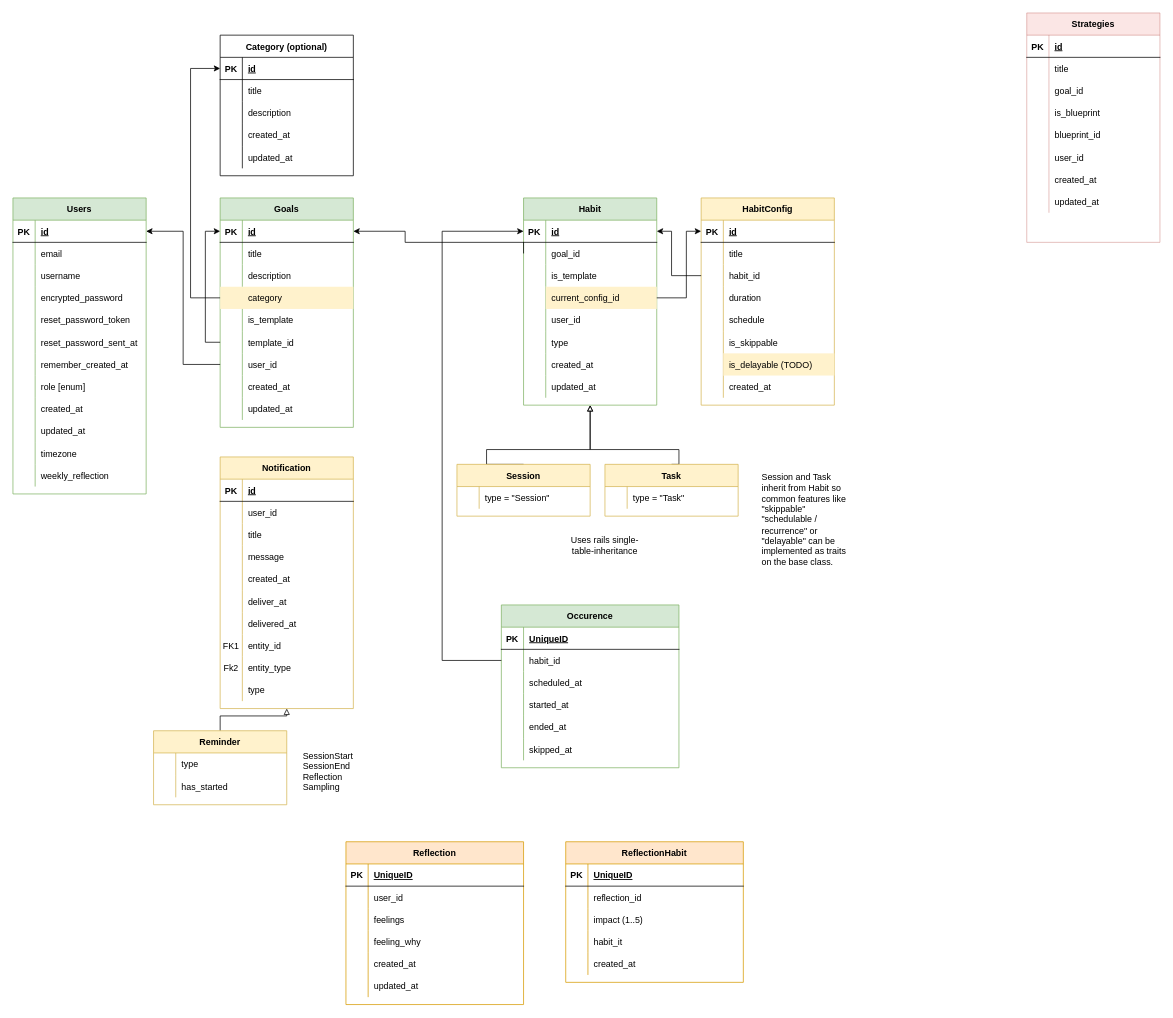
This is reqs/DB Model.drawio from AlexanderLill/yahtapp-web, a draw.io file, before an edit. Source tidied: cells renumbered, new cells numbered last; positions are measured from the earlier drawing's top-left corner, leaving out a move shared by most shapes. Both pictures are drawn from the tidied source at 74%, with x=0, y=0 at pixel (13, 13).
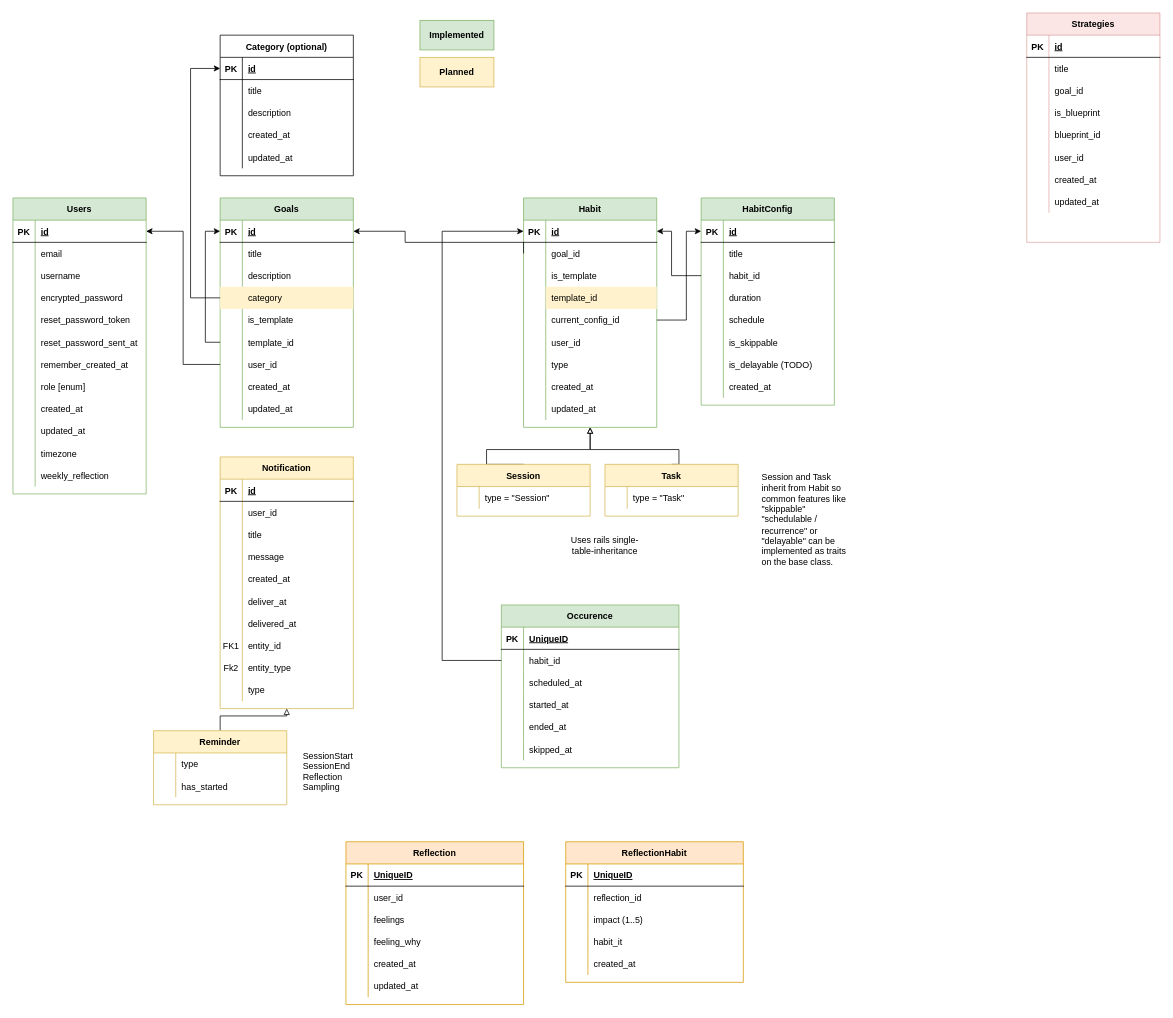
The same page after the edit.

Commit message (it also covers changes not shown here):
Remove unused code from habit creation form

Unchanged cells that the change refers to:
```xml
<mxCell id="245" style="shape=partialRectangle;fillColor=none;top=0;left=0;bottom=1;right=0;points=[[0,0.5],[1,0.5]];portConstraint=eastwest;" parent="244" vertex="1">
  <mxGeometry y="30" width="180" height="30" as="geometry" />
</mxCell>
<mxCell id="263" style="shape=partialRectangle;fillColor=none;top=0;left=0;bottom=0;right=0;" parent="244" vertex="1">
  <mxGeometry y="210" width="180" height="30" as="geometry" />
</mxCell>
```

Change to the diagram source:
```diff
@@
     <mxCell id="93" value="Habit" style="shape=table;startSize=30;childLayout=tableLayout;rowLines=0;fontStyle=1;align=center;fillColor=#d5e8d4;strokeColor=#82b366;" parent="1" vertex="1">
-      <mxGeometry x="690" y="250" width="180" height="280" as="geometry" />
+      <mxGeometry x="690" y="250" width="180" height="310" as="geometry" />
     </mxCell>
@@
+    <mxCell id="271" style="shape=partialRectangle;fillColor=none;top=0;left=0;bottom=0;right=0;" parent="93" vertex="1">
+      <mxGeometry y="120" width="180" height="30" as="geometry" />
+    </mxCell>
+    <mxCell id="272" style="shape=partialRectangle;fillColor=none;top=0;left=0;bottom=0;right=0;overflow=hidden;" parent="271" vertex="1">
+      <mxGeometry width="30" height="30" as="geometry" />
+    </mxCell>
+    <mxCell id="273" value="template_id" style="shape=partialRectangle;top=0;left=0;bottom=0;right=0;align=left;spacingLeft=6;overflow=hidden;fillColor=#fff2cc;strokeColor=#d6b656;" parent="271" vertex="1">
+      <mxGeometry x="30" width="150" height="30" as="geometry" />
+    </mxCell>
     <mxCell id="103" style="shape=partialRectangle;fillColor=none;top=0;left=0;bottom=0;right=0;points=[[0,0.5],[1,0.5]];portConstraint=eastwest;" parent="93" vertex="1">
-      <mxGeometry y="120" width="180" height="30" as="geometry" />
+      <mxGeometry y="150" width="180" height="30" as="geometry" />
     </mxCell>
@@
-    <mxCell id="105" value="current_config_id" style="shape=partialRectangle;fillColor=#fff2cc;top=0;left=0;bottom=0;right=0;align=left;spacingLeft=6;overflow=hidden;strokeColor=#d6b656;" parent="103" vertex="1">
+    <mxCell id="105" value="current_config_id" style="shape=partialRectangle;top=0;left=0;bottom=0;right=0;align=left;spacingLeft=6;overflow=hidden;strokeColor=#d6b656;fillColor=none;" parent="103" vertex="1">
       <mxGeometry x="30" width="150" height="30" as="geometry" />
     </mxCell>
     <mxCell id="106" style="shape=partialRectangle;fillColor=none;top=0;left=0;bottom=0;right=0;" parent="93" vertex="1">
-      <mxGeometry y="150" width="180" height="30" as="geometry" />
+      <mxGeometry y="180" width="180" height="30" as="geometry" />
     </mxCell>
@@
     <mxCell id="109" style="shape=partialRectangle;fillColor=none;top=0;left=0;bottom=0;right=0;" parent="93" vertex="1">
-      <mxGeometry y="180" width="180" height="30" as="geometry" />
+      <mxGeometry y="210" width="180" height="30" as="geometry" />
     </mxCell>
@@
     <mxCell id="112" style="shape=partialRectangle;fillColor=none;top=0;left=0;bottom=0;right=0;" parent="93" vertex="1">
-      <mxGeometry y="210" width="180" height="30" as="geometry" />
+      <mxGeometry y="240" width="180" height="30" as="geometry" />
     </mxCell>
@@
     <mxCell id="115" style="shape=partialRectangle;fillColor=none;top=0;left=0;bottom=0;right=0;" parent="93" vertex="1">
-      <mxGeometry y="240" width="180" height="30" as="geometry" />
+      <mxGeometry y="270" width="180" height="30" as="geometry" />
     </mxCell>
@@
-    <mxCell id="244" value="HabitConfig" style="shape=table;startSize=30;childLayout=tableLayout;rowLines=0;fontStyle=1;align=center;fillColor=#fff2cc;strokeColor=#d6b656;" parent="1" vertex="1">
+    <mxCell id="244" value="HabitConfig" style="shape=table;startSize=30;childLayout=tableLayout;rowLines=0;fontStyle=1;align=center;fillColor=#d5e8d4;strokeColor=#82b366;" parent="1" vertex="1">
       <mxGeometry x="930" y="250" width="180" height="280" as="geometry" />
     </mxCell>
@@
-    <mxCell id="265" value="is_delayable (TODO)" style="shape=partialRectangle;fillColor=#fff2cc;top=0;left=0;bottom=0;right=0;align=left;spacingLeft=6;overflow=hidden;strokeColor=#d6b656;" parent="263" vertex="1">
+    <mxCell id="265" value="is_delayable (TODO)" style="shape=partialRectangle;top=0;left=0;bottom=0;right=0;align=left;spacingLeft=6;overflow=hidden;fillColor=none;" parent="263" vertex="1">
       <mxGeometry x="30" width="150" height="30" as="geometry" />
     </mxCell>
@@
     <mxCell id="269" style="edgeStyle=orthogonalEdgeStyle;rounded=0;jettySize=auto;html=1;exitX=1;exitY=0.5;exitDx=0;exitDy=0;entryX=0;entryY=0.5;entryDx=0;entryDy=0;" parent="1" edge="1" source="103" target="245">
       <mxGeometry relative="1" as="geometry">
         <Array as="points">
-          <mxPoint x="910" y="385" />
+          <mxPoint x="910" y="415" />
           <mxPoint x="910" y="295" />
         </Array>
       </mxGeometry>
     </mxCell>
@@
+    <mxCell id="274" value="&lt;b&gt;Implemented&lt;/b&gt;" style="rounded=0;whiteSpace=wrap;html=1;fillColor=#d5e8d4;strokeColor=#82b366;" parent="1" vertex="1">
+      <mxGeometry x="550" y="10" width="100" height="40" as="geometry" />
+    </mxCell>
+    <mxCell id="275" value="&lt;b&gt;Planned&lt;/b&gt;" style="rounded=0;whiteSpace=wrap;html=1;fillColor=#fff2cc;strokeColor=#d6b656;" parent="1" vertex="1">
+      <mxGeometry x="550" y="60" width="100" height="40" as="geometry" />
+    </mxCell>
```
